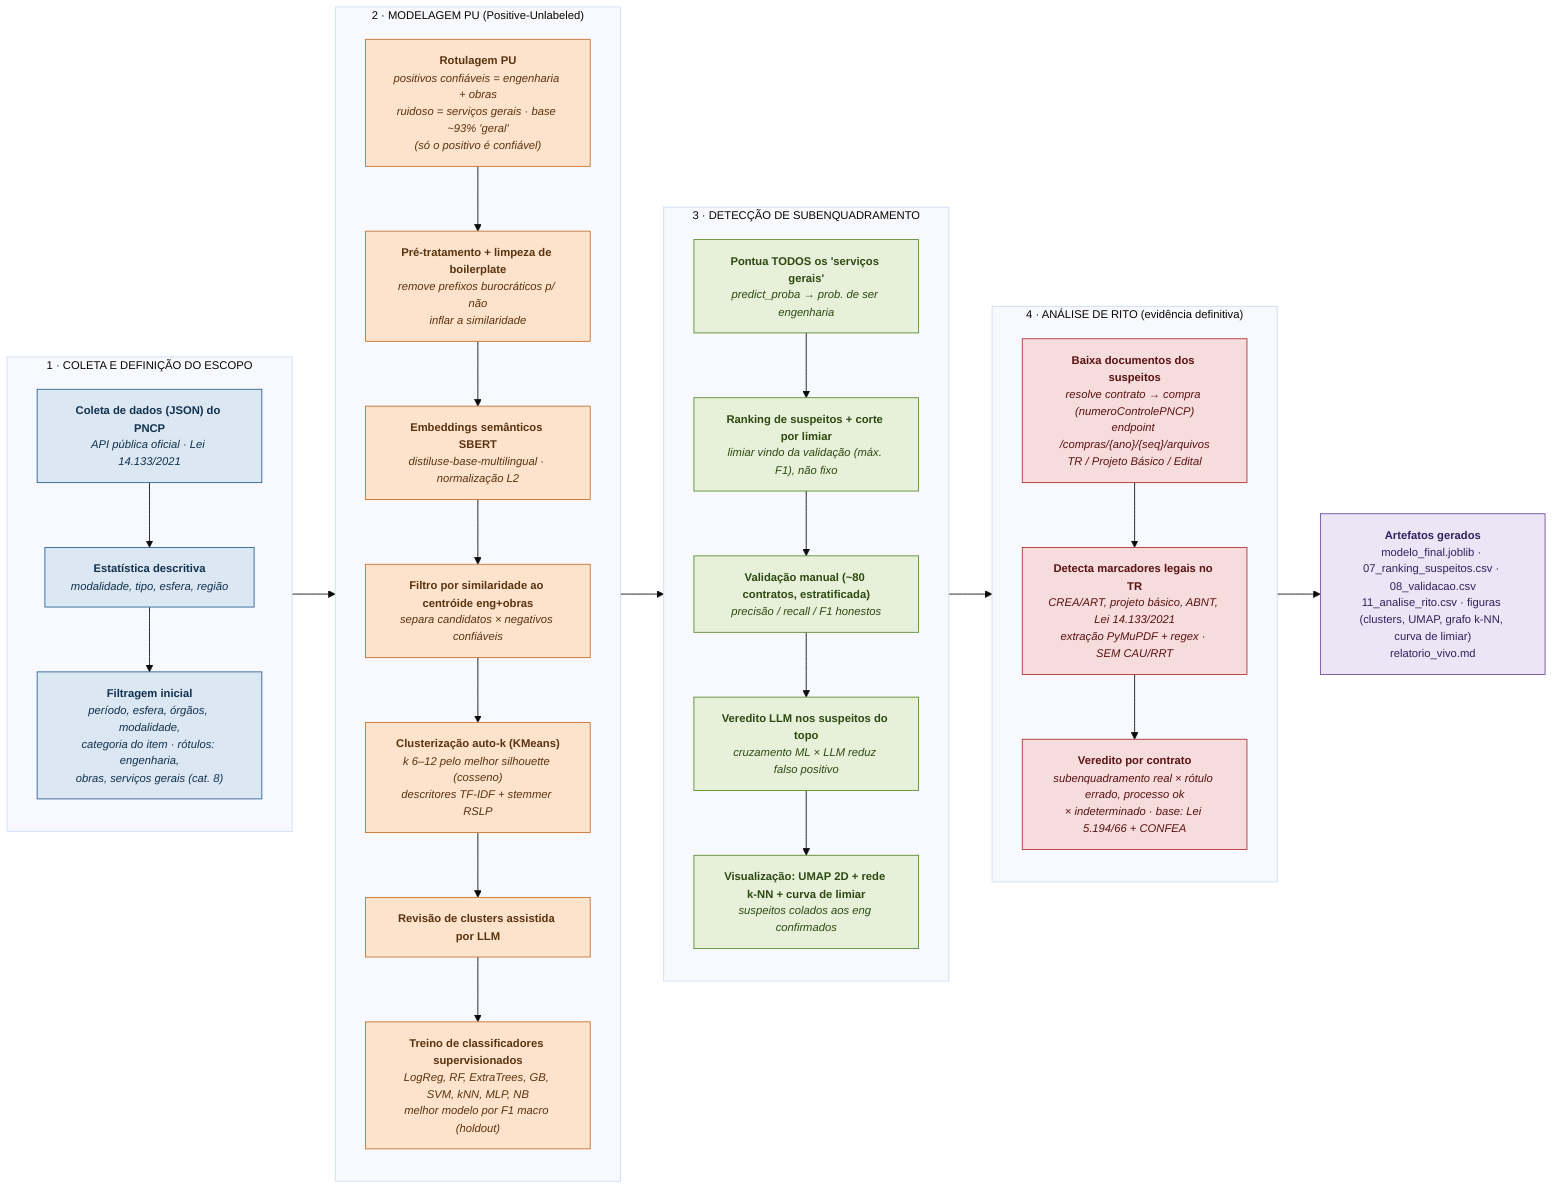
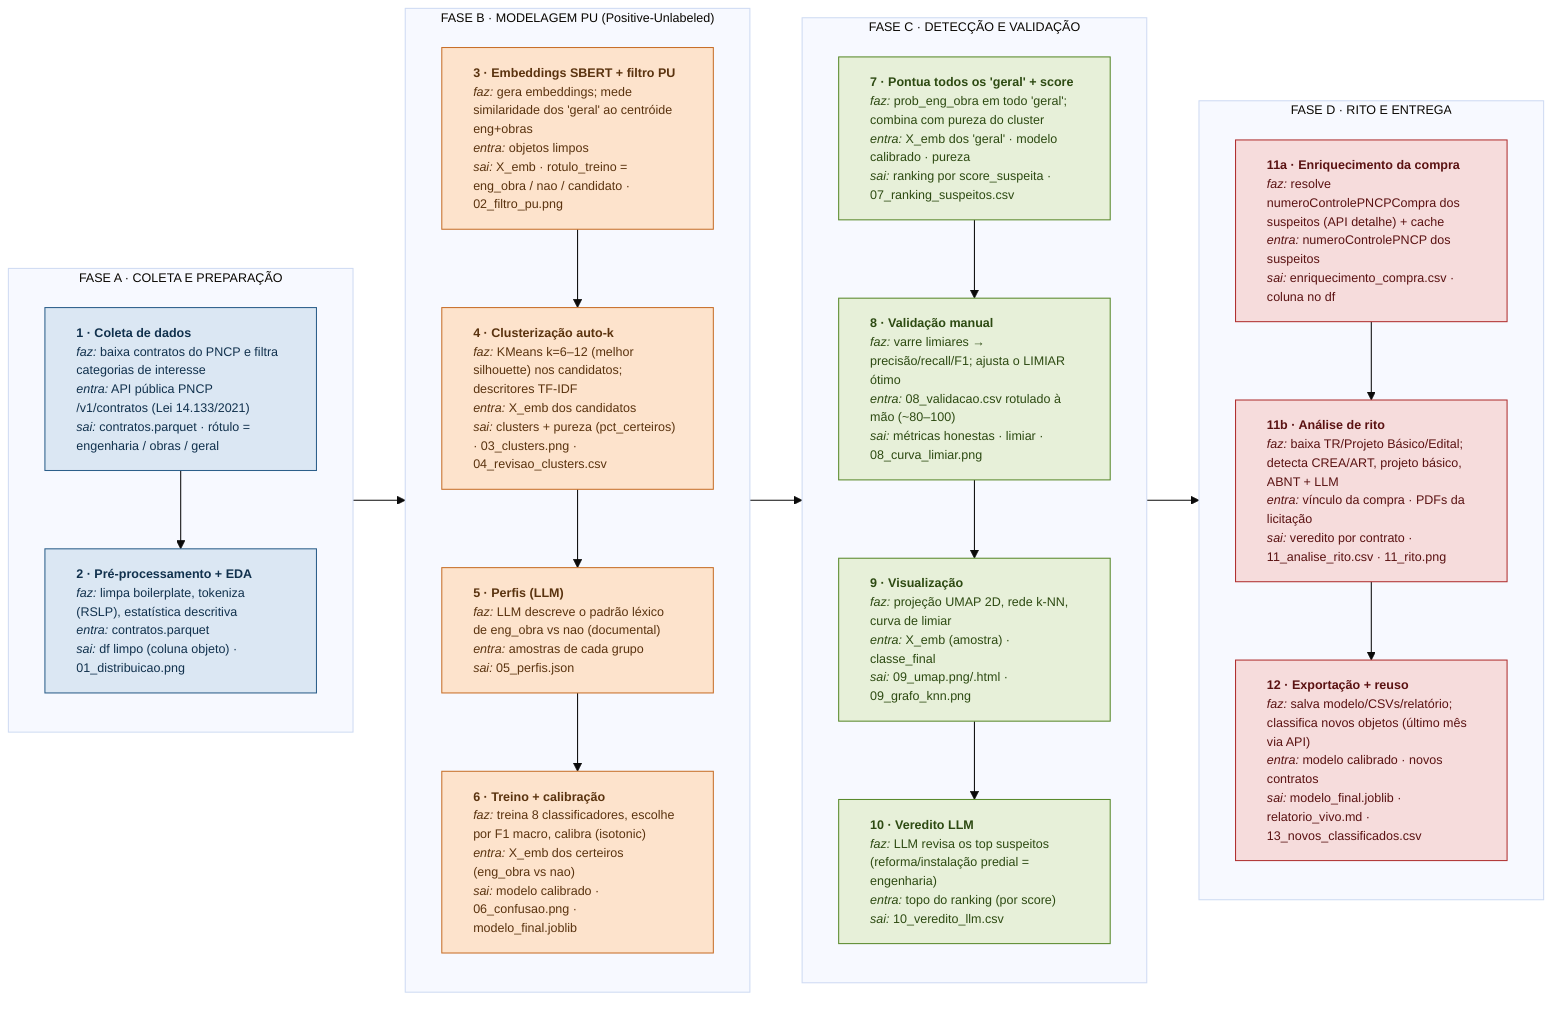
- %%{init: {'theme':'base','themeVariables':{'fontSize':'13px'}}}%%
+ %%{init: {'theme':'base','themeVariables':{'fontSize':'12px'}}}%%
flowchart LR
-   classDef coleta fill:#dbe7f3,stroke:#2c5f8a,color:#11314d;
-   classDef model  fill:#fde3cc,stroke:#c8702a,color:#5a330f;
-   classDef detec  fill:#e7f0d9,stroke:#5a8a2c,color:#2d4a12;
-   classDef rito   fill:#f6dcdc,stroke:#b03030,color:#5a1212;
-   classDef saida  fill:#ece5f6,stroke:#6a4ca0,color:#33215c;
+   classDef coleta fill:#dbe7f3,stroke:#2c5f8a,color:#11314d,text-align:left;
+   classDef model  fill:#fde3cc,stroke:#c8702a,color:#5a330f,text-align:left;
+   classDef detec  fill:#e7f0d9,stroke:#5a8a2c,color:#2d4a12,text-align:left;
+   classDef rito   fill:#f6dcdc,stroke:#b03030,color:#5a1212,text-align:left;

-   subgraph S1["1 · COLETA E DEFINIÇÃO DO ESCOPO"]
+   subgraph FA["FASE A · COLETA E PREPARAÇÃO"]
    direction TB
-     A1["<b>Coleta de dados (JSON) do PNCP</b><br/><i>API pública oficial · Lei 14.133/2021</i>"]:::coleta
-     A2["<b>Estatística descritiva</b><br/><i>modalidade, tipo, esfera, região</i>"]:::coleta
-     A3["<b>Filtragem inicial</b><br/><i>período, esfera, órgãos, modalidade,<br/>categoria do item · rótulos: engenharia,<br/>obras, serviços gerais (cat. 8)</i>"]:::coleta
-     A1 --> A2 --> A3
+     E1["<b>1 · Coleta de dados</b><br/><i>faz:</i> baixa contratos do PNCP e filtra categorias de interesse<br/><i>entra:</i> API pública PNCP /v1/contratos (Lei 14.133/2021)<br/><i>sai:</i> contratos.parquet · rótulo = engenharia / obras / geral"]:::coleta
+     E2["<b>2 · Pré-processamento + EDA</b><br/><i>faz:</i> limpa boilerplate, tokeniza (RSLP), estatística descritiva<br/><i>entra:</i> contratos.parquet<br/><i>sai:</i> df limpo (coluna objeto) · 01_distribuicao.png"]:::coleta
+     E1 --> E2
  end

-   subgraph S2["2 · MODELAGEM PU (Positive-Unlabeled)"]
+   subgraph FB["FASE B · MODELAGEM PU (Positive-Unlabeled)"]
    direction TB
-     B0["<b>Rotulagem PU</b><br/><i>positivos confiáveis = engenharia + obras<br/>ruidoso = serviços gerais · base ~93% 'geral'<br/>(só o positivo é confiável)</i>"]:::model
-     B1["<b>Pré-tratamento + limpeza de boilerplate</b><br/><i>remove prefixos burocráticos p/ não<br/>inflar a similaridade</i>"]:::model
-     B2["<b>Embeddings semânticos SBERT</b><br/><i>distiluse-base-multilingual · normalização L2</i>"]:::model
-     B3["<b>Filtro por similaridade ao centróide eng+obras</b><br/><i>separa candidatos × negativos confiáveis</i>"]:::model
-     B4["<b>Clusterização auto-k (KMeans)</b><br/><i>k 6–12 pelo melhor silhouette (cosseno)<br/>descritores TF-IDF + stemmer RSLP</i>"]:::model
-     B5["<b>Revisão de clusters assistida por LLM</b>"]:::model
-     B6["<b>Treino de classificadores supervisionados</b><br/><i>LogReg, RF, ExtraTrees, GB, SVM, kNN, MLP, NB<br/>melhor modelo por F1 macro (holdout)</i>"]:::model
-     B0 --> B1 --> B2 --> B3 --> B4 --> B5 --> B6
+     E3["<b>3 · Embeddings SBERT + filtro PU</b><br/><i>faz:</i> gera embeddings; mede similaridade dos 'geral' ao centróide eng+obras<br/><i>entra:</i> objetos limpos<br/><i>sai:</i> X_emb · rotulo_treino = eng_obra / nao / candidato · 02_filtro_pu.png"]:::model
+     E4["<b>4 · Clusterização auto-k</b><br/><i>faz:</i> KMeans k=6–12 (melhor silhouette) nos candidatos; descritores TF-IDF<br/><i>entra:</i> X_emb dos candidatos<br/><i>sai:</i> clusters + pureza (pct_certeiros) · 03_clusters.png · 04_revisao_clusters.csv"]:::model
+     E5["<b>5 · Perfis (LLM)</b><br/><i>faz:</i> LLM descreve o padrão léxico de eng_obra vs nao (documental)<br/><i>entra:</i> amostras de cada grupo<br/><i>sai:</i> 05_perfis.json"]:::model
+     E6["<b>6 · Treino + calibração</b><br/><i>faz:</i> treina 8 classificadores, escolhe por F1 macro, calibra (isotonic)<br/><i>entra:</i> X_emb dos certeiros (eng_obra vs nao)<br/><i>sai:</i> modelo calibrado · 06_confusao.png · modelo_final.joblib"]:::model
+     E3 --> E4 --> E5 --> E6
  end

-   subgraph S3["3 · DETECÇÃO DE SUBENQUADRAMENTO"]
+   subgraph FC["FASE C · DETECÇÃO E VALIDAÇÃO"]
    direction TB
-     C1["<b>Pontua TODOS os 'serviços gerais'</b><br/><i>predict_proba → prob. de ser engenharia</i>"]:::detec
-     C2["<b>Ranking de suspeitos + corte por limiar</b><br/><i>limiar vindo da validação (máx. F1), não fixo</i>"]:::detec
-     C3["<b>Validação manual (~80 contratos, estratificada)</b><br/><i>precisão / recall / F1 honestos</i>"]:::detec
-     C4["<b>Veredito LLM nos suspeitos do topo</b><br/><i>cruzamento ML × LLM reduz falso positivo</i>"]:::detec
-     C5["<b>Visualização: UMAP 2D + rede k-NN + curva de limiar</b><br/><i>suspeitos colados aos eng confirmados</i>"]:::detec
-     C1 --> C2 --> C3 --> C4 --> C5
+     E7["<b>7 · Pontua todos os 'geral' + score</b><br/><i>faz:</i> prob_eng_obra em todo 'geral'; combina com pureza do cluster<br/><i>entra:</i> X_emb dos 'geral' · modelo calibrado · pureza<br/><i>sai:</i> ranking por score_suspeita · 07_ranking_suspeitos.csv"]:::detec
+     E8["<b>8 · Validação manual</b><br/><i>faz:</i> varre limiares → precisão/recall/F1; ajusta o LIMIAR ótimo<br/><i>entra:</i> 08_validacao.csv rotulado à mão (~80–100)<br/><i>sai:</i> métricas honestas · limiar · 08_curva_limiar.png"]:::detec
+     E9["<b>9 · Visualização</b><br/><i>faz:</i> projeção UMAP 2D, rede k-NN, curva de limiar<br/><i>entra:</i> X_emb (amostra) · classe_final<br/><i>sai:</i> 09_umap.png/.html · 09_grafo_knn.png"]:::detec
+     E10["<b>10 · Veredito LLM</b><br/><i>faz:</i> LLM revisa os top suspeitos (reforma/instalação predial = engenharia)<br/><i>entra:</i> topo do ranking (por score)<br/><i>sai:</i> 10_veredito_llm.csv"]:::detec
+     E7 --> E8 --> E9 --> E10
  end

-   subgraph S4["4 · ANÁLISE DE RITO (evidência definitiva)"]
+   subgraph FD["FASE D · RITO E ENTREGA"]
    direction TB
-     D1["<b>Baixa documentos dos suspeitos</b><br/><i>resolve contrato → compra (numeroControlePNCP)<br/>endpoint /compras/{ano}/{seq}/arquivos<br/>TR / Projeto Básico / Edital</i>"]:::rito
-     D2["<b>Detecta marcadores legais no TR</b><br/><i>CREA/ART, projeto básico, ABNT, Lei 14.133/2021<br/>extração PyMuPDF + regex · SEM CAU/RRT</i>"]:::rito
-     D3["<b>Veredito por contrato</b><br/><i>subenquadramento real × rótulo errado, processo ok<br/>× indeterminado · base: Lei 5.194/66 + CONFEA</i>"]:::rito
-     D1 --> D2 --> D3
+     E11a["<b>11a · Enriquecimento da compra</b><br/><i>faz:</i> resolve numeroControlePNCPCompra dos suspeitos (API detalhe) + cache<br/><i>entra:</i> numeroControlePNCP dos suspeitos<br/><i>sai:</i> enriquecimento_compra.csv · coluna no df"]:::rito
+     E11b["<b>11b · Análise de rito</b><br/><i>faz:</i> baixa TR/Projeto Básico/Edital; detecta CREA/ART, projeto básico, ABNT + LLM<br/><i>entra:</i> vínculo da compra · PDFs da licitação<br/><i>sai:</i> veredito por contrato · 11_analise_rito.csv · 11_rito.png"]:::rito
+     E12["<b>12 · Exportação + reuso</b><br/><i>faz:</i> salva modelo/CSVs/relatório; classifica novos objetos (último mês via API)<br/><i>entra:</i> modelo calibrado · novos contratos<br/><i>sai:</i> modelo_final.joblib · relatorio_vivo.md · 13_novos_classificados.csv"]:::rito
+     E11a --> E11b --> E12
  end

-   OUT["<b>Artefatos gerados</b><br/>modelo_final.joblib · 07_ranking_suspeitos.csv · 08_validacao.csv<br/>11_analise_rito.csv · figuras (clusters, UMAP, grafo k-NN, curva de limiar)<br/>relatorio_vivo.md"]:::saida
- 
-   S1 --> S2 --> S3 --> S4 --> OUT
+   FA --> FB --> FC --> FD
